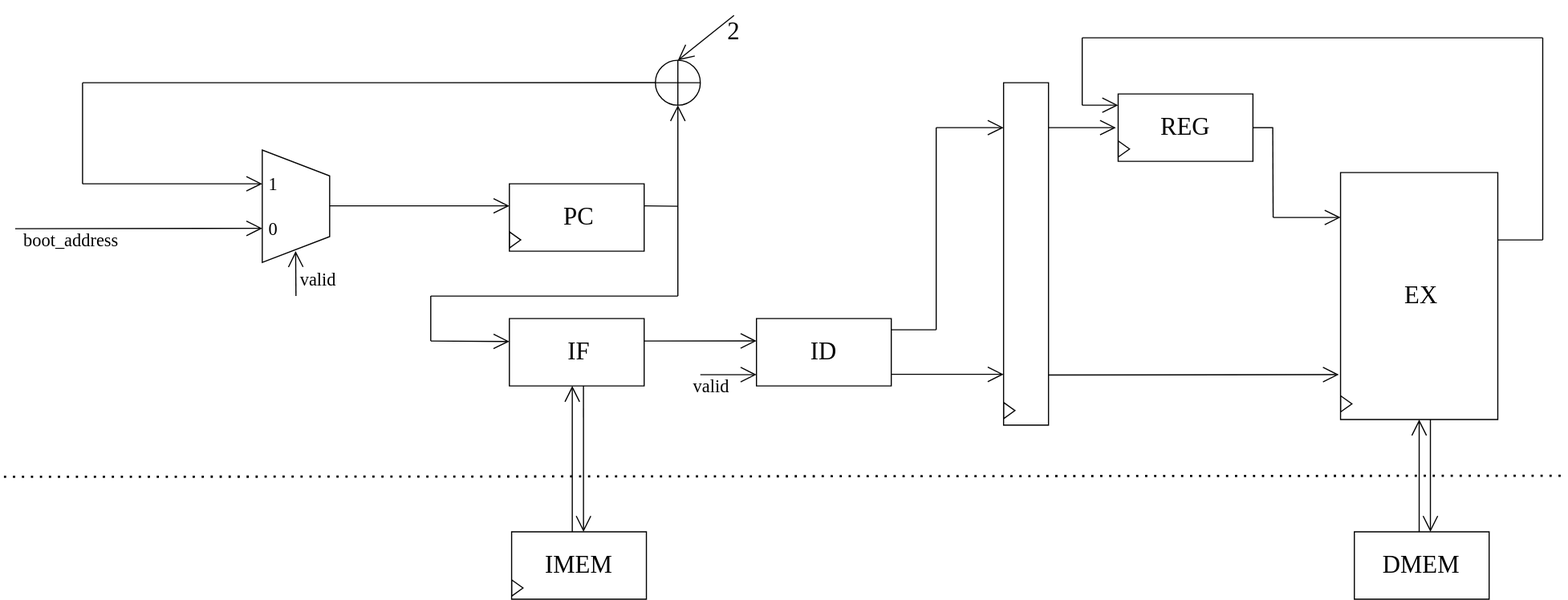
This is docs/simple_processor_architecture.svg from squared-studio/simple_processor, a draw.io export, as it was before one commit. Source tidied: cells renumbered, new cells last; positions are measured from the earlier drawing's top-left corner, leaving out a move shared by most shapes.
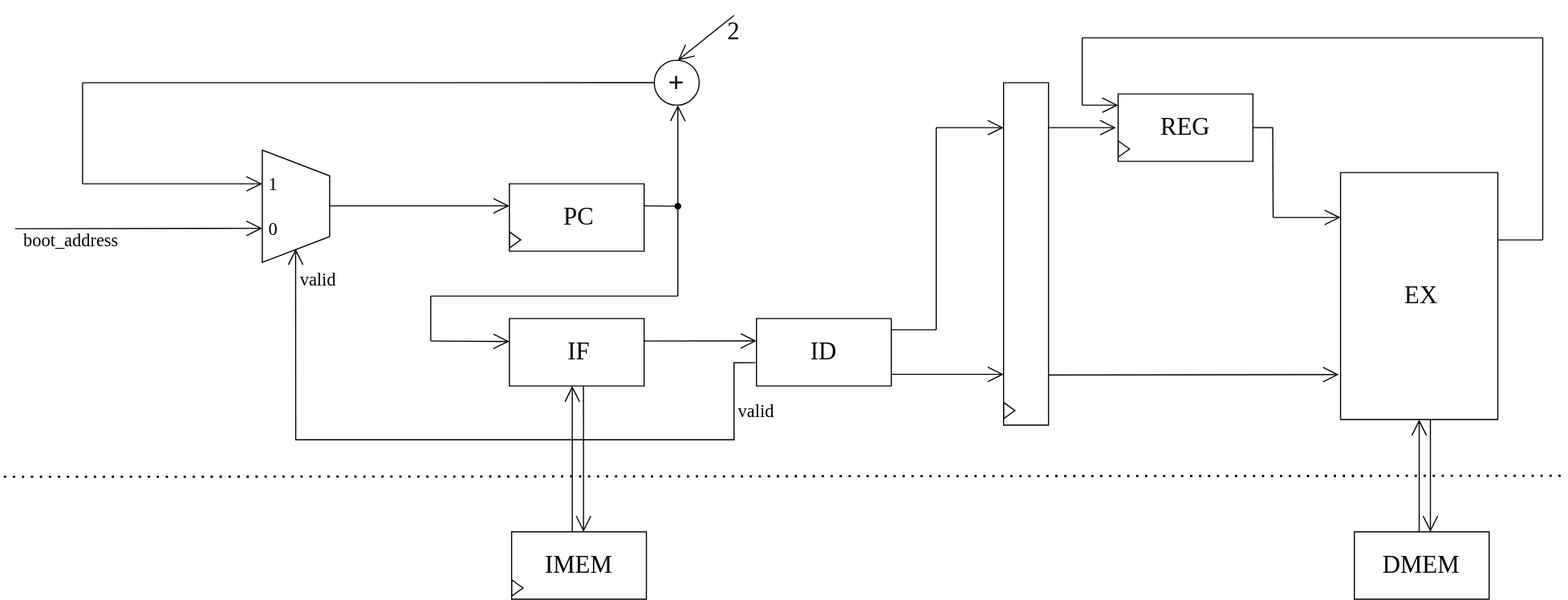
The same diagram one commit later.

Change to the diagram source:
```diff
@@ -23,9 +23,6 @@
     <mxCell id="8" style="verticalLabelPosition=bottom;verticalAlign=top;html=1;shape=mxgraph.basic.rect;fillColor2=none;strokeWidth=1;size=20;indent=5;rotation=90;" parent="1" vertex="1">
       <mxGeometry x="1150" y="180" width="220" height="140" as="geometry" />
     </mxCell>
-    <mxCell id="9" style="shape=orEllipse;perimeter=ellipsePerimeter;whiteSpace=wrap;html=1;backgroundOutline=1;" parent="1" vertex="1">
-      <mxGeometry x="580" y="40" width="40" height="40" as="geometry" />
-    </mxCell>
     <mxCell id="10" style="endArrow=open;endFill=1;endSize=12;html=1;rounded=0;" parent="1" edge="1">
       <mxGeometry relative="1" as="geometry">
         <mxPoint x="10" y="190" as="sourcePoint" />
@@ -56,9 +53,8 @@
         <mxPoint x="380" y="250" as="targetPoint" />
       </mxGeometry>
     </mxCell>
-    <mxCell id="15" style="endArrow=none;html=1;rounded=0;" parent="1" edge="1">
+    <mxCell id="15" style="endArrow=none;html=1;rounded=0;" parent="1" edge="1" source="65">
       <mxGeometry relative="1" as="geometry">
-        <mxPoint x="600" y="250" as="sourcePoint" />
         <mxPoint x="600" y="170" as="targetPoint" />
       </mxGeometry>
     </mxCell>
@@ -97,10 +93,15 @@
         <mxPoint x="70" y="60" as="targetPoint" />
       </mxGeometry>
     </mxCell>
-    <mxCell id="22" style="endArrow=open;endFill=1;endSize=12;html=1;rounded=0;" parent="1" edge="1">
+    <mxCell id="22" style="endArrow=open;endFill=1;endSize=12;html=1;rounded=0;edgeStyle=orthogonalEdgeStyle;exitX=-0.008;exitY=0.689;exitDx=0;exitDy=0;exitPerimeter=0;" parent="1" edge="1">
       <mxGeometry relative="1" as="geometry">
-        <mxPoint x="260" y="250" as="sourcePoint" />
-        <mxPoint x="259.7" y="210" as="targetPoint" />
+        <mxPoint x="669" y="309.3" as="sourcePoint" />
+        <mxPoint x="259.7" y="208" as="targetPoint" />
+        <Array as="points">
+          <mxPoint x="650" y="309" />
+          <mxPoint x="650" y="378" />
+          <mxPoint x="260" y="378" />
+        </Array>
       </mxGeometry>
     </mxCell>
     <mxCell id="23" style="verticalLabelPosition=bottom;verticalAlign=top;html=1;shape=mxgraph.basic.acute_triangle;dx=0.5;rotation=90;" parent="1" vertex="1">
@@ -153,9 +154,6 @@
         <mxPoint x="990" y="100" as="targetPoint" />
       </mxGeometry>
     </mxCell>
-    <mxCell id="33" style="verticalLabelPosition=bottom;verticalAlign=top;html=1;shape=mxgraph.basic.acute_triangle;dx=0.5;rotation=90;" parent="1" vertex="1">
-      <mxGeometry x="1188" y="341" width="14.3" height="10" as="geometry" />
-    </mxCell>
     <mxCell id="34" style="endArrow=open;endFill=1;endSize=12;html=1;rounded=0;entryX=0;entryY=0.333;entryDx=0;entryDy=0;entryPerimeter=0;" parent="1" edge="1">
       <mxGeometry relative="1" as="geometry">
         <mxPoint x="1130" y="180" as="sourcePoint" />
@@ -239,12 +237,6 @@
         <mxPoint x="1390" y="410" as="targetPoint" />
       </mxGeometry>
     </mxCell>
-    <mxCell id="49" style="endArrow=open;endFill=1;endSize=12;html=1;rounded=0;entryX=0;entryY=0.333;entryDx=0;entryDy=0;entryPerimeter=0;" parent="1" edge="1">
-      <mxGeometry relative="1" as="geometry">
-        <mxPoint x="620" y="320" as="sourcePoint" />
-        <mxPoint x="670" y="320" as="targetPoint" />
-      </mxGeometry>
-    </mxCell>
     <mxCell id="50" value="&lt;font face=&quot;Times New Roman&quot; style=&quot;font-size: 22px;&quot;&gt;IF&lt;/font&gt;" style="text;html=1;align=center;verticalAlign=middle;whiteSpace=wrap;rounded=0;" parent="1" vertex="1">
       <mxGeometry x="482" y="285" width="60" height="30" as="geometry" />
     </mxCell>
@@ -282,10 +274,21 @@
       <mxGeometry x="250" y="220" width="60" height="30" as="geometry" />
     </mxCell>
     <mxCell id="62" value="&lt;font face=&quot;Times New Roman&quot; style=&quot;font-size: 16px;&quot;&gt;valid&lt;/font&gt;" style="text;html=1;align=center;verticalAlign=middle;whiteSpace=wrap;rounded=0;" parent="1" vertex="1">
-      <mxGeometry x="600" y="315" width="60" height="30" as="geometry" />
+      <mxGeometry x="640" y="337" width="60" height="30" as="geometry" />
     </mxCell>
     <mxCell id="63" style="verticalLabelPosition=bottom;verticalAlign=top;html=1;shape=mxgraph.basic.acute_triangle;dx=0.5;rotation=90;" parent="1" vertex="1">
       <mxGeometry x="888" y="347" width="14.3" height="10" as="geometry" />
     </mxCell>
+    <mxCell id="64" style="endArrow=none;html=1;rounded=0;" parent="1" edge="1" target="65">
+      <mxGeometry relative="1" as="geometry">
+        <mxPoint x="600" y="250" as="sourcePoint" />
+      </mxGeometry>
+    </mxCell>
+    <mxCell id="65" style="shape=waypoint;sketch=0;size=6;points=[];fillColor=none;perimeter=centerPerimeter;snapToPoint=1;" parent="1" vertex="1">
+      <mxGeometry x="590" y="160" width="20" height="20" as="geometry" />
+    </mxCell>
+    <mxCell id="66" value="&lt;div style=&quot;text-align: justify;&quot;&gt;&lt;span style=&quot;background-color: initial;&quot;&gt;&lt;font style=&quot;font-size: 24px;&quot;&gt;+&lt;/font&gt;&lt;/span&gt;&lt;/div&gt;" style="ellipse;whiteSpace=wrap;html=1;" parent="1" vertex="1">
+      <mxGeometry x="579" y="40" width="40" height="40" as="geometry" />
+    </mxCell>
   </root>
 </mxGraphModel>
```
